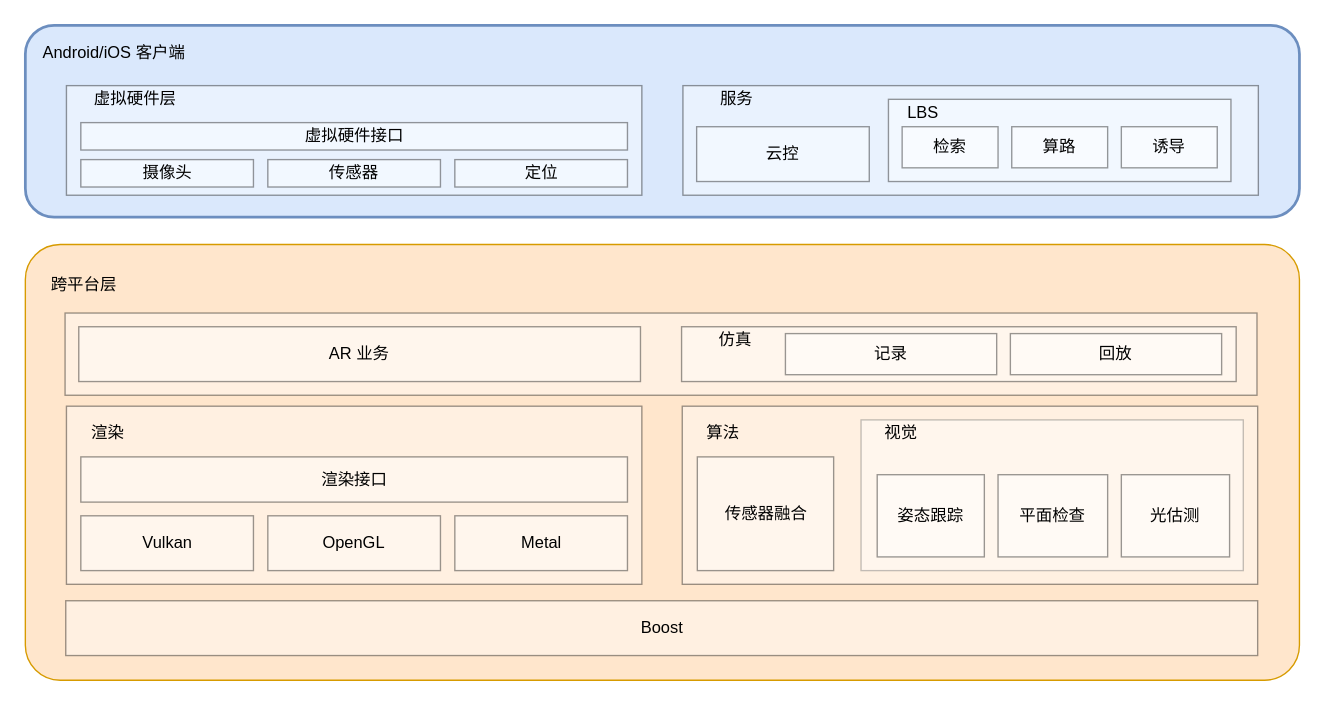
This is page "SDK 框架" (8 of 20) of AR 客户端架构.drawio from wangziji/graphics, a draw.io file, before an edit. Source tidied: cells renumbered, new cells numbered last; positions are measured from the earlier drawing's top-left corner, leaving out a move shared by most shapes. Both pictures are drawn from the tidied source at 137%, with x=0, y=0 at pixel (25, 25).
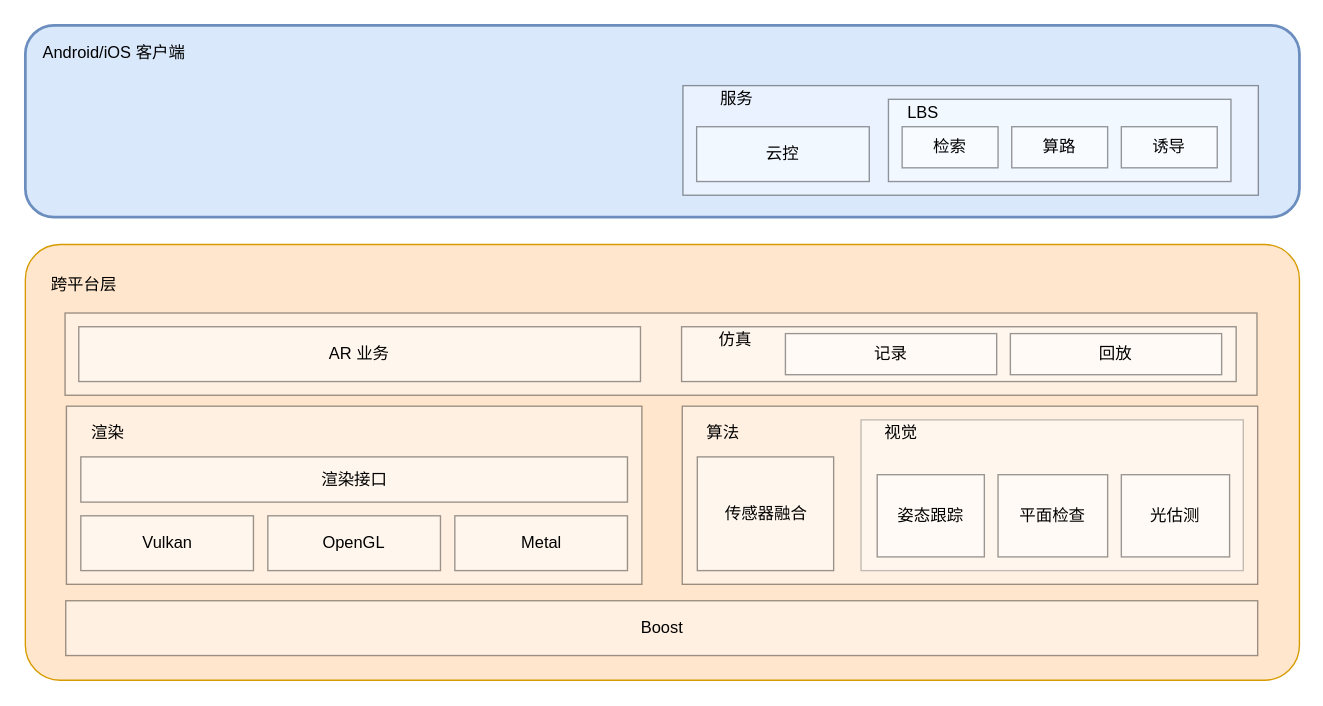
After the change.

What changed in the source:
```diff
@@
-    <mxCell id="16" style="group;" parent="1" vertex="1">
-      <mxGeometry x="30" y="44" width="420" height="80" as="geometry" />
-    </mxCell>
-    <mxCell id="17" style="rounded=0;whiteSpace=wrap;html=1;strokeWidth=1;opacity=40;" parent="16" vertex="1">
-      <mxGeometry width="420" height="80" as="geometry" />
-    </mxCell>
-    <mxCell id="18" value="虚拟硬件层" style="text;html=1;strokeColor=none;fillColor=none;align=center;verticalAlign=middle;whiteSpace=wrap;rounded=0;opacity=40;" parent="16" vertex="1">
-      <mxGeometry x="10.5" width="78.8" height="20" as="geometry" />
-    </mxCell>
-    <mxCell id="19" value="虚拟硬件接口" style="rounded=0;whiteSpace=wrap;html=1;strokeWidth=1;opacity=40;" parent="16" vertex="1">
-      <mxGeometry x="10.5" y="27" width="399" height="20" as="geometry" />
-    </mxCell>
-    <mxCell id="20" value="摄像头" style="rounded=0;whiteSpace=wrap;html=1;strokeWidth=1;opacity=40;" parent="16" vertex="1">
-      <mxGeometry x="10.5" y="54" width="126" height="20" as="geometry" />
-    </mxCell>
-    <mxCell id="21" value="传感器" style="rounded=0;whiteSpace=wrap;html=1;strokeWidth=1;opacity=40;" parent="16" vertex="1">
-      <mxGeometry x="147" y="54" width="126" height="20" as="geometry" />
-    </mxCell>
-    <mxCell id="22" value="定位" style="rounded=0;whiteSpace=wrap;html=1;strokeWidth=1;opacity=40;" parent="16" vertex="1">
-      <mxGeometry x="283.5" y="54" width="126" height="20" as="geometry" />
-    </mxCell>
```
